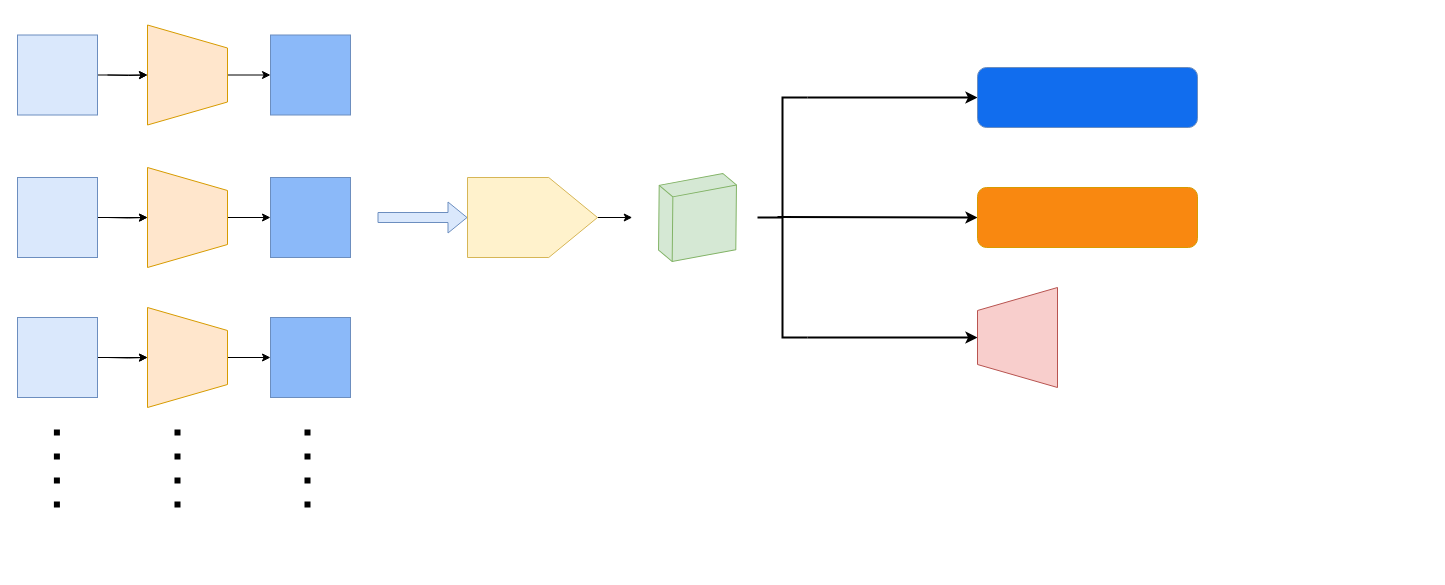
This is RLforSR.drawio from yangzheng-yz/DBSR, a draw.io file, before an edit. Source tidied: cells renumbered, new cells numbered last; positions are measured from the earlier drawing's top-left corner, leaving out a move shared by most shapes. Both pictures are drawn from the tidied source at 100%, with x=0, y=0 at pixel (17, 35).
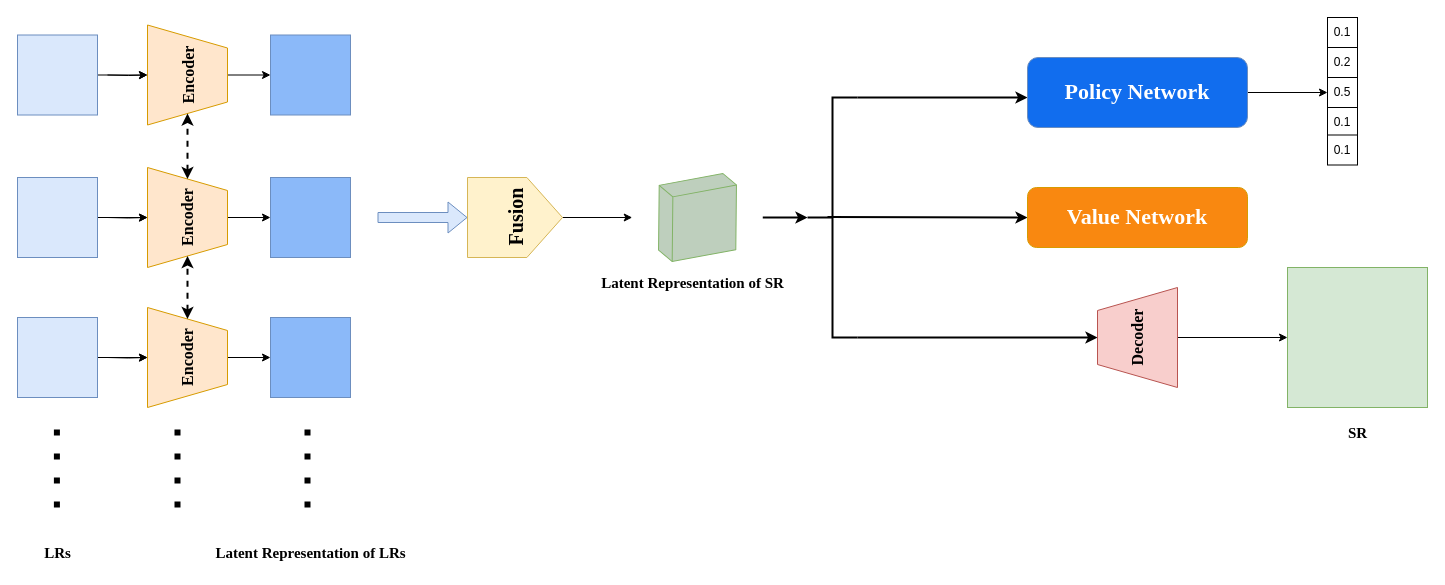
The same diagram, later.

What changed in the source:
```diff
@@
-    <mxCell id="3" style="verticalLabelPosition=middle;verticalAlign=middle;html=1;shape=trapezoid;perimeter=trapezoidPerimeter;whiteSpace=wrap;size=0.23;arcSize=10;flipV=1;labelPosition=center;align=center;rotation=-90;fillColor=#ffe6cc;strokeColor=#d79b00;" parent="1" vertex="1">
+    <mxCell id="3" value="&lt;b style=&quot;border-color: var(--border-color); font-family: &amp;quot;Times New Roman&amp;quot;; font-size: 16px;&quot;&gt;Encoder&lt;/b&gt;" style="verticalLabelPosition=middle;verticalAlign=middle;html=1;shape=trapezoid;perimeter=trapezoidPerimeter;whiteSpace=wrap;size=0.23;arcSize=10;flipV=1;labelPosition=center;align=center;rotation=-90;fillColor=#ffe6cc;strokeColor=#d79b00;" parent="1" vertex="1">
       <mxGeometry x="120" y="-0.5" width="100" height="80" as="geometry" />
     </mxCell>
@@
-    <mxCell id="8" style="verticalLabelPosition=middle;verticalAlign=middle;html=1;shape=trapezoid;perimeter=trapezoidPerimeter;whiteSpace=wrap;size=0.23;arcSize=10;flipV=1;labelPosition=center;align=center;rotation=-90;fillColor=#ffe6cc;strokeColor=#d79b00;" parent="1" vertex="1">
+    <mxCell id="8" value="&lt;b style=&quot;border-color: var(--border-color); font-family: &amp;quot;Times New Roman&amp;quot;; font-size: 16px;&quot;&gt;Encoder&lt;/b&gt;" style="verticalLabelPosition=middle;verticalAlign=middle;html=1;shape=trapezoid;perimeter=trapezoidPerimeter;whiteSpace=wrap;size=0.23;arcSize=10;flipV=1;labelPosition=center;align=center;rotation=-90;fillColor=#ffe6cc;strokeColor=#d79b00;" parent="1" vertex="1">
       <mxGeometry x="120" y="142" width="100" height="80" as="geometry" />
     </mxCell>
@@
-    <mxCell id="13" style="verticalLabelPosition=middle;verticalAlign=middle;html=1;shape=trapezoid;perimeter=trapezoidPerimeter;whiteSpace=wrap;size=0.23;arcSize=10;flipV=1;labelPosition=center;align=center;rotation=-90;fillColor=#ffe6cc;strokeColor=#d79b00;" parent="1" vertex="1">
+    <mxCell id="13" value="&lt;font style=&quot;font-size: 16px;&quot; face=&quot;Times New Roman&quot;&gt;&lt;b&gt;Encoder&lt;/b&gt;&lt;/font&gt;" style="verticalLabelPosition=middle;verticalAlign=middle;html=1;shape=trapezoid;perimeter=trapezoidPerimeter;whiteSpace=wrap;size=0.23;arcSize=10;flipV=1;labelPosition=center;align=center;rotation=-90;fillColor=#ffe6cc;strokeColor=#d79b00;" parent="1" vertex="1">
       <mxGeometry x="120" y="282" width="100" height="80" as="geometry" />
     </mxCell>
@@
-    <mxCell id="25" style="shape=offPageConnector;whiteSpace=wrap;html=1;rotation=-90;fillColor=#fff2cc;strokeColor=#d6b656;" parent="1" vertex="1">
-      <mxGeometry x="475" y="117" width="80" height="130" as="geometry" />
+    <mxCell id="25" value="&lt;font size=&quot;1&quot; style=&quot;&quot; face=&quot;Times New Roman&quot;&gt;&lt;b style=&quot;font-size: 20px;&quot;&gt;Fusion&lt;/b&gt;&lt;/font&gt;" style="shape=offPageConnector;whiteSpace=wrap;html=1;rotation=-90;fillColor=#fff2cc;strokeColor=#d6b656;" parent="1" vertex="1">
+      <mxGeometry x="457.5" y="134.5" width="80" height="95" as="geometry" />
     </mxCell>
+    <mxCell id="34" style="edgeStyle=orthogonalEdgeStyle;rounded=0;jettySize=auto;html=1;strokeWidth=2;" parent="1" edge="1" source="26" target="27">
+      <mxGeometry relative="1" as="geometry" />
+    </mxCell>
-    <mxCell id="26" style="html=1;shape=mxgraph.basic.isocube;isoAngle=24.82;rotation=40;flipH=1;flipV=1;direction=north;fillColor=#d5e8d4;strokeColor=#82b366;" parent="1" vertex="1">
+    <mxCell id="26" style="html=1;shape=mxgraph.basic.isocube;isoAngle=24.82;rotation=40;flipH=1;flipV=1;direction=north;fillColor=#BECFBD;strokeColor=#82b366;" parent="1" vertex="1">
       <mxGeometry x="630" y="132" width="100" height="100" as="geometry" />
     </mxCell>
     <mxCell id="27" style="strokeWidth=2;html=1;shape=mxgraph.flowchart.annotation_2;align=left;labelPosition=right;" parent="1" vertex="1">
-      <mxGeometry x="740" y="62" width="50" height="240" as="geometry" />
+      <mxGeometry x="790" y="62" width="50" height="240" as="geometry" />
     </mxCell>
     <mxCell id="28" style="endArrow=classic;html=1;rounded=0;exitX=1;exitY=0;exitDx=0;exitDy=0;exitPerimeter=0;strokeWidth=2;" parent="1" edge="1" source="27">
       <mxGeometry relative="1" as="geometry">
-        <mxPoint x="960" y="62" as="targetPoint" />
+        <mxPoint x="1010" y="62" as="targetPoint" />
       </mxGeometry>
     </mxCell>
-    <mxCell id="29" style="endArrow=classic;html=1;rounded=0;exitX=1;exitY=0;exitDx=0;exitDy=0;exitPerimeter=0;strokeWidth=2;" parent="1" edge="1">
+    <mxCell id="29" style="endArrow=classic;html=1;rounded=0;exitX=1;exitY=0;exitDx=0;exitDy=0;exitPerimeter=0;strokeWidth=2;entryX=0.5;entryY=0;entryDx=0;entryDy=0;" parent="1" edge="1" target="33">
       <mxGeometry relative="1" as="geometry">
-        <mxPoint x="790" y="302" as="sourcePoint" />
-        <mxPoint x="960" y="302" as="targetPoint" />
+        <mxPoint x="840" y="302" as="sourcePoint" />
       </mxGeometry>
     </mxCell>
     <mxCell id="30" style="endArrow=classic;html=1;rounded=0;exitX=1;exitY=0;exitDx=0;exitDy=0;exitPerimeter=0;strokeWidth=2;" parent="1" edge="1">
       <mxGeometry relative="1" as="geometry">
-        <mxPoint x="760" y="181.4" as="sourcePoint" />
-        <mxPoint x="960" y="182" as="targetPoint" />
+        <mxPoint x="810" y="181.4" as="sourcePoint" />
+        <mxPoint x="1010" y="182" as="targetPoint" />
       </mxGeometry>
     </mxCell>
+    <mxCell id="35" style="edgeStyle=orthogonalEdgeStyle;rounded=0;jettySize=auto;html=1;entryX=0;entryY=0.5;entryDx=0;entryDy=0;" parent="1" edge="1" source="31" target="40">
+      <mxGeometry relative="1" as="geometry" />
+    </mxCell>
-    <mxCell id="31" style="rounded=1;whiteSpace=wrap;html=1;fillColor=#116dee;strokeColor=#6c8ebf;" parent="1" vertex="1">
-      <mxGeometry x="960" y="32" width="220" height="60" as="geometry" />
+    <mxCell id="31" value="&lt;font color=&quot;#ffffff&quot; style=&quot;font-size: 22px;&quot; face=&quot;Times New Roman&quot;&gt;&lt;b&gt;Policy Network&lt;/b&gt;&lt;/font&gt;" style="rounded=1;whiteSpace=wrap;html=1;fillColor=#116dee;strokeColor=#6c8ebf;" parent="1" vertex="1">
+      <mxGeometry x="1010" y="22" width="220" height="70" as="geometry" />
     </mxCell>
-    <mxCell id="32" style="rounded=1;whiteSpace=wrap;html=1;fillColor=#f98810;strokeColor=#d79b00;" parent="1" vertex="1">
-      <mxGeometry x="960" y="152" width="220" height="60" as="geometry" />
+    <mxCell id="32" value="&lt;font size=&quot;1&quot; color=&quot;#ffffff&quot; style=&quot;&quot; face=&quot;Times New Roman&quot;&gt;&lt;b style=&quot;font-size: 22px;&quot;&gt;Value Network&lt;/b&gt;&lt;/font&gt;" style="rounded=1;whiteSpace=wrap;html=1;fillColor=#f98810;strokeColor=#d79b00;" parent="1" vertex="1">
+      <mxGeometry x="1010" y="152" width="220" height="60" as="geometry" />
     </mxCell>
+    <mxCell id="36" style="edgeStyle=orthogonalEdgeStyle;rounded=0;jettySize=auto;html=1;" parent="1" edge="1" source="33" target="43">
+      <mxGeometry relative="1" as="geometry" />
+    </mxCell>
-    <mxCell id="33" style="verticalLabelPosition=middle;verticalAlign=middle;html=1;shape=trapezoid;perimeter=trapezoidPerimeter;whiteSpace=wrap;size=0.23;arcSize=10;flipV=0;labelPosition=center;align=center;rotation=-90;fillColor=#f8cecc;strokeColor=#b85450;" parent="1" vertex="1">
-      <mxGeometry x="950" y="262" width="100" height="80" as="geometry" />
+    <mxCell id="33" value="&lt;font style=&quot;font-size: 16px;&quot; face=&quot;Times New Roman&quot;&gt;&lt;b&gt;Decoder&lt;/b&gt;&lt;/font&gt;" style="verticalLabelPosition=middle;verticalAlign=middle;html=1;shape=trapezoid;perimeter=trapezoidPerimeter;whiteSpace=wrap;size=0.23;arcSize=10;flipV=0;labelPosition=center;align=center;rotation=-90;fillColor=#f8cecc;strokeColor=#b85450;" parent="1" vertex="1">
+      <mxGeometry x="1070" y="262" width="100" height="80" as="geometry" />
     </mxCell>
+    <mxCell id="37" style="group;" parent="1" vertex="1">
+      <mxGeometry x="1310" y="-18" width="30" height="147.5" as="geometry" />
+    </mxCell>
+    <mxCell id="38" value="0.1" style="rounded=0;whiteSpace=wrap;html=1;" parent="37" vertex="1">
+      <mxGeometry width="30" height="30" as="geometry" />
+    </mxCell>
+    <mxCell id="39" value="0.2" style="rounded=0;whiteSpace=wrap;html=1;" parent="37" vertex="1">
+      <mxGeometry y="30" width="30" height="30" as="geometry" />
+    </mxCell>
+    <mxCell id="40" value="0.5" style="rounded=0;whiteSpace=wrap;html=1;" parent="37" vertex="1">
+      <mxGeometry y="60" width="30" height="30" as="geometry" />
+    </mxCell>
+    <mxCell id="41" value="0.1" style="rounded=0;whiteSpace=wrap;html=1;" parent="37" vertex="1">
+      <mxGeometry y="90" width="30" height="30" as="geometry" />
+    </mxCell>
+    <mxCell id="42" value="0.1" style="rounded=0;whiteSpace=wrap;html=1;" parent="37" vertex="1">
+      <mxGeometry y="117.5" width="30" height="30" as="geometry" />
+    </mxCell>
+    <mxCell id="43" style="whiteSpace=wrap;html=1;fillColor=#d5e8d4;strokeColor=#82b366;" parent="1" vertex="1">
+      <mxGeometry x="1270" y="232" width="140" height="140" as="geometry" />
+    </mxCell>
+    <mxCell id="44" value="&lt;font style=&quot;font-size: 15px;&quot; face=&quot;Times New Roman&quot;&gt;&lt;b&gt;Latent Representation of SR&lt;/b&gt;&lt;/font&gt;" style="text;html=1;align=center;verticalAlign=middle;strokeColor=none;fillColor=none;" parent="1" vertex="1">
+      <mxGeometry x="570" y="232" width="210" height="30" as="geometry" />
+    </mxCell>
+    <mxCell id="45" value="&lt;font style=&quot;font-size: 15px;&quot; face=&quot;Times New Roman&quot;&gt;&lt;b&gt;SR&lt;/b&gt;&lt;/font&gt;" style="text;html=1;align=center;verticalAlign=middle;strokeColor=none;fillColor=none;" parent="1" vertex="1">
+      <mxGeometry x="1320" y="382" width="40" height="30" as="geometry" />
+    </mxCell>
+    <mxCell id="46" value="&lt;font style=&quot;font-size: 15px;&quot; face=&quot;Times New Roman&quot;&gt;&lt;b&gt;LRs&lt;/b&gt;&lt;/font&gt;" style="text;html=1;align=center;verticalAlign=middle;strokeColor=none;fillColor=none;" parent="1" vertex="1">
+      <mxGeometry x="15" y="502" width="50" height="30" as="geometry" />
+    </mxCell>
+    <mxCell id="47" style="endArrow=classic;startArrow=classic;html=1;rounded=0;dashed=1;strokeWidth=2;entryX=0;entryY=0.5;entryDx=0;entryDy=0;exitX=1;exitY=0.5;exitDx=0;exitDy=0;" parent="1" edge="1" source="13" target="8">
+      <mxGeometry relative="1" as="geometry" />
+    </mxCell>
+    <mxCell id="48" style="endArrow=classic;startArrow=classic;html=1;rounded=0;dashed=1;strokeWidth=2;entryX=0;entryY=0.5;entryDx=0;entryDy=0;exitX=1;exitY=0.5;exitDx=0;exitDy=0;" parent="1" edge="1" source="8" target="3">
+      <mxGeometry relative="1" as="geometry" />
+    </mxCell>
+    <mxCell id="49" value="&lt;font style=&quot;font-size: 15px;&quot; face=&quot;Times New Roman&quot;&gt;&lt;b&gt;Latent Representation of LRs&lt;/b&gt;&lt;/font&gt;" style="text;html=1;align=center;verticalAlign=middle;strokeColor=none;fillColor=none;" parent="1" vertex="1">
+      <mxGeometry x="188" y="502" width="210" height="30" as="geometry" />
+    </mxCell>
```
